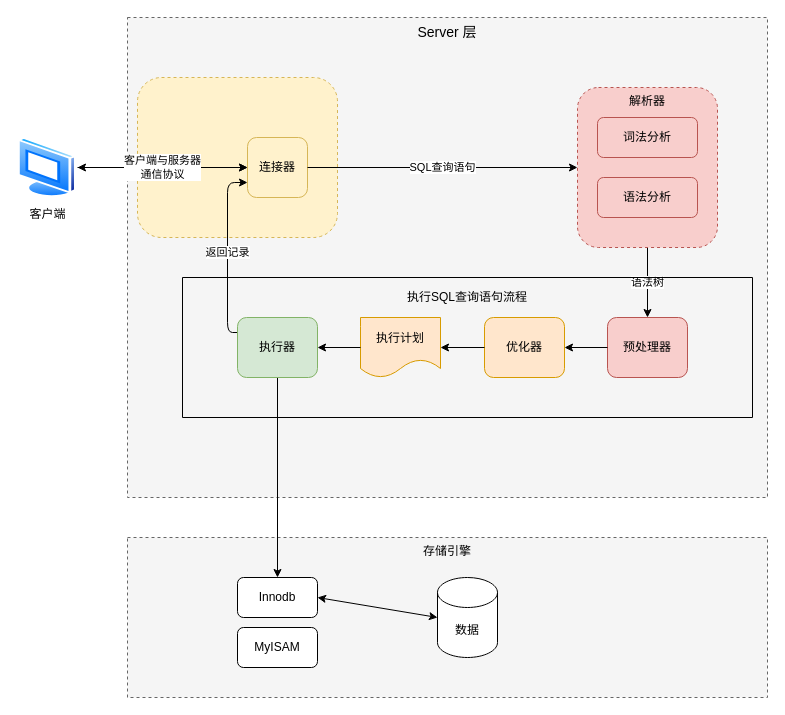
SubtleSpark/develop-note keeps this draw.io diagram as 002tech_notes/02MySQL/SQL执行流程.drawio. Above is the earlier version. Source tidied: cells renumbered, new cells numbered last; positions are measured from the earlier drawing's top-left corner, leaving out a move shared by most shapes. Both pictures are drawn from the tidied source at 100%, with x=0, y=0 at pixel (17, 17).
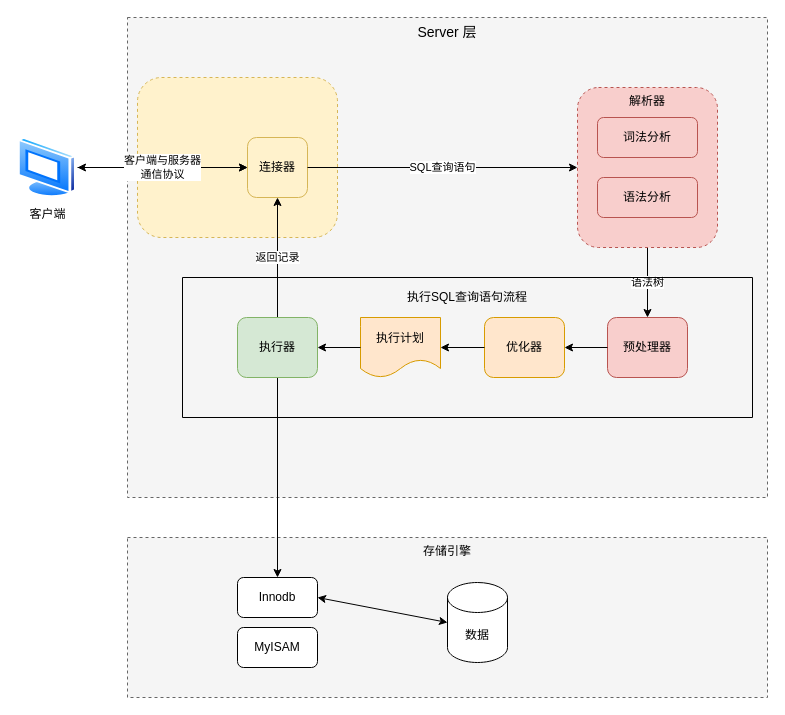
Above is the later version.

Commit message:
vault backup: 2025-06-16 00:04:26

Unchanged cells that the change refers to:
```xml
<mxCell id="5" value="连接器" style="rounded=1;whiteSpace=wrap;html=1;fillColor=#fff2cc;strokeColor=#d6b656;" parent="1" vertex="1">
  <mxGeometry x="230" y="120" width="60" height="60" as="geometry" />
</mxCell>
<mxCell id="25" value="执行器" style="rounded=1;whiteSpace=wrap;html=1;fillColor=#d5e8d4;strokeColor=#82b366;" parent="21" vertex="1">
  <mxGeometry x="55" y="40" width="80" height="60" as="geometry" />
</mxCell>
```

The edit, as a diff of the source:
```diff
@@
     <mxCell id="9" value="数据" style="shape=cylinder3;whiteSpace=wrap;html=1;boundedLbl=1;backgroundOutline=1;size=15;" parent="1" vertex="1">
-      <mxGeometry x="420" y="560" width="60" height="80" as="geometry" />
+      <mxGeometry x="430" y="565" width="60" height="80" as="geometry" />
     </mxCell>
@@
-    <mxCell id="16" value="返回记录" style="endArrow=classic;html=1;exitX=0;exitY=0.25;entryX=0;entryY=0.75;strokeColor=default;edgeStyle=orthogonalEdgeStyle;" parent="1" edge="1" source="25" target="5">
+    <mxCell id="16" value="返回记录" style="endArrow=classic;html=1;exitX=0.5;exitY=0;entryX=0.5;entryY=1;strokeColor=default;edgeStyle=orthogonalEdgeStyle;entryDx=0;entryDy=0;exitDx=0;exitDy=0;" parent="1" edge="1" source="25" target="5">
       <mxGeometry relative="1" as="geometry" />
     </mxCell>
```
